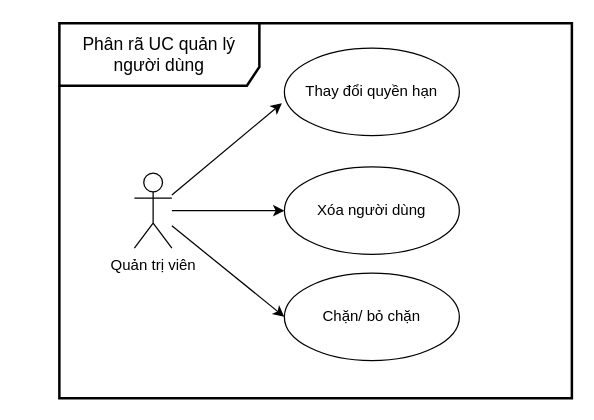
The draw.io diagram page "UC_QuanlyNgDung" (2 of 7) of usecase-diagrams.drawio in KMA-TTCS-Nhom32/documents, before the edit. Source tidied: cells renumbered, new cells numbered last; positions are measured from the earlier drawing's top-left corner, leaving out a move shared by most shapes. Both pictures are drawn from the tidied source at 125%, with x=0, y=0 at pixel (59, 22).
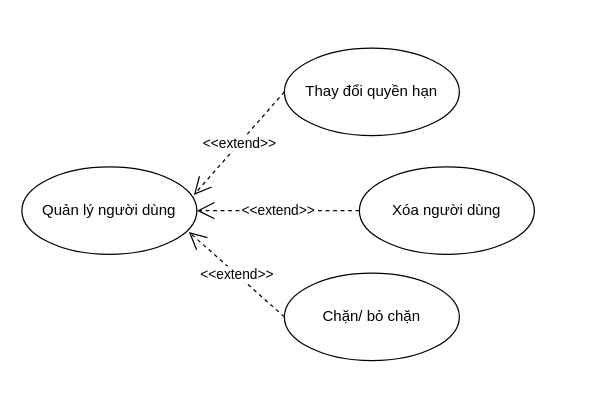
Above is the later version.

The edit, as a diff of the source:
```diff
@@
 <mxGraphModel>
   <root>
     <mxCell id="0" />
     <mxCell id="1" parent="0" />
-    <mxCell id="2" style="rounded=0;jettySize=auto;html=1;entryX=0;entryY=0.5;entryDx=0;entryDy=0;" parent="1" edge="1" source="4" target="6">
-      <mxGeometry relative="1" as="geometry" />
-    </mxCell>
-    <mxCell id="3" style="edgeStyle=orthogonalEdgeStyle;rounded=0;jettySize=auto;html=1;entryX=0;entryY=0.5;entryDx=0;entryDy=0;" parent="1" edge="1" source="4" target="9">
-      <mxGeometry relative="1" as="geometry" />
-    </mxCell>
-    <mxCell id="4" value="Quản trị viên" style="shape=umlActor;verticalLabelPosition=bottom;verticalAlign=top;html=1;" parent="1" vertex="1">
-      <mxGeometry x="60" y="120" width="30" height="60" as="geometry" />
-    </mxCell>
     <mxCell id="5" value="Thay đổi quyền hạn" style="ellipse;whiteSpace=wrap;html=1;" parent="1" vertex="1">
       <mxGeometry x="180" y="20" width="140" height="70" as="geometry" />
     </mxCell>
     <mxCell id="6" value="Chặn/ bỏ chặn" style="ellipse;whiteSpace=wrap;html=1;" parent="1" vertex="1">
       <mxGeometry x="180" y="200" width="140" height="70" as="geometry" />
     </mxCell>
-    <mxCell id="7" style="rounded=0;jettySize=auto;html=1;entryX=-0.014;entryY=0.629;entryDx=0;entryDy=0;entryPerimeter=0;" parent="1" edge="1" source="4" target="5">
-      <mxGeometry relative="1" as="geometry" />
-    </mxCell>
-    <mxCell id="8" value="&lt;font style=&quot;font-size: 14px;&quot;&gt;Phân rã UC quản lý người dùng&lt;/font&gt;" style="shape=umlFrame;whiteSpace=wrap;html=1;width=160;height=50;strokeWidth=2;" parent="1" vertex="1">
-      <mxGeometry width="410" height="300" as="geometry" />
-    </mxCell>
     <mxCell id="9" value="Xóa người dùng" style="ellipse;whiteSpace=wrap;html=1;" parent="1" vertex="1">
-      <mxGeometry x="180" y="115" width="140" height="70" as="geometry" />
+      <mxGeometry x="240" y="115" width="140" height="70" as="geometry" />
     </mxCell>
+    <mxCell id="10" value="Quản lý người dùng" style="ellipse;whiteSpace=wrap;html=1;" parent="1" vertex="1">
+      <mxGeometry x="-30" y="115" width="140" height="70" as="geometry" />
+    </mxCell>
+    <mxCell id="11" value="&amp;lt;&amp;lt;extend&amp;gt;&amp;gt;" style="endArrow=open;endSize=12;dashed=1;html=1;rounded=0;entryX=0.983;entryY=0.32;entryDx=0;entryDy=0;entryPerimeter=0;exitX=0;exitY=0.5;exitDx=0;exitDy=0;" parent="1" edge="1" source="5" target="10">
+      <mxGeometry relative="1" as="geometry" />
+    </mxCell>
+    <mxCell id="12" value="&amp;lt;&amp;lt;extend&amp;gt;&amp;gt;" style="endArrow=open;endSize=12;dashed=1;html=1;rounded=0;entryX=1;entryY=0.5;entryDx=0;entryDy=0;exitX=0;exitY=0.5;exitDx=0;exitDy=0;" parent="1" edge="1" source="9" target="10">
+      <mxGeometry relative="1" as="geometry" />
+    </mxCell>
+    <mxCell id="13" value="&amp;lt;&amp;lt;extend&amp;gt;&amp;gt;" style="endArrow=open;endSize=12;dashed=1;html=1;rounded=0;exitX=0;exitY=0.5;exitDx=0;exitDy=0;entryX=0.954;entryY=0.743;entryDx=0;entryDy=0;entryPerimeter=0;" parent="1" edge="1" source="6" target="10">
+      <mxGeometry relative="1" as="geometry" />
+    </mxCell>
   </root>
 </mxGraphModel>
```
